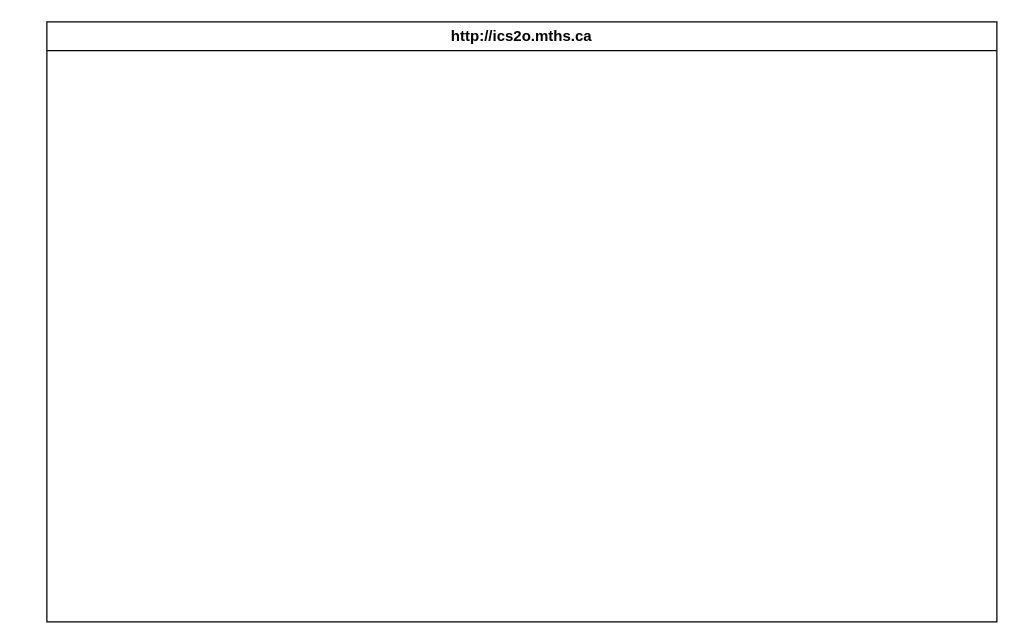
MTHS-ICD2O-1-2023/ICD2O-Unit-5-03-yoochan-han keeps this draw.io diagram as design/storyboard.drawio. Above is the earlier version. Source tidied: cells renumbered, new cells numbered last; positions are measured from the earlier drawing's top-left corner, leaving out a move shared by most shapes. Both pictures are drawn from the tidied source at 125%, with x=0, y=0 at pixel (46, 21).
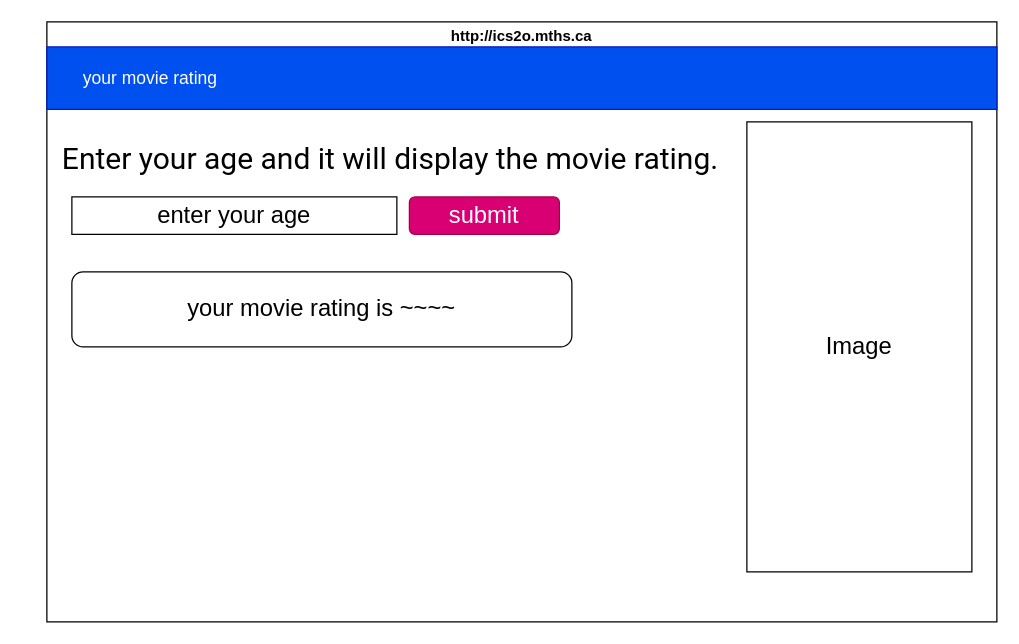
The same diagram, later.

Change to the diagram source:
```diff
@@
 <mxGraphModel>
   <root>
     <mxCell id="0" />
     <mxCell id="1" parent="0" />
     <mxCell id="2" value="http://ics2o.mths.ca" style="swimlane;whiteSpace=wrap;html=1;" parent="1" vertex="1">
       <mxGeometry width="760" height="480" as="geometry" />
     </mxCell>
+    <mxCell id="3" value="&lt;font style=&quot;font-size: 14px;&quot;&gt;&amp;nbsp; &amp;nbsp; &amp;nbsp; &amp;nbsp;your movie rating&lt;/font&gt;" style="rounded=0;whiteSpace=wrap;html=1;align=left;fillColor=#0050ef;fontColor=#ffffff;strokeColor=#001DBC;" parent="2" vertex="1">
+      <mxGeometry y="20" width="760" height="50" as="geometry" />
+    </mxCell>
+    <mxCell id="4" value="&lt;h4 style=&quot;padding: 0px; font-family: Roboto, Helvetica, Arial, sans-serif; font-weight: 400; font-size: 24px; line-height: 32px; margin: 24px 0px 16px; text-align: start;&quot;&gt;&lt;span style=&quot;&quot;&gt;Enter your age and it will display the movie rating.&lt;/span&gt;&lt;/h4&gt;" style="text;html=1;strokeColor=none;fillColor=none;align=center;verticalAlign=middle;whiteSpace=wrap;rounded=0;fontColor=#000000;labelBackgroundColor=none;labelBorderColor=none;" parent="2" vertex="1">
+      <mxGeometry x="-20" y="90" width="590" height="30" as="geometry" />
+    </mxCell>
+    <mxCell id="5" value="enter your age" style="rounded=0;whiteSpace=wrap;html=1;labelBackgroundColor=none;labelBorderColor=none;fontSize=19;fontColor=#000000;fillColor=none;" parent="2" vertex="1">
+      <mxGeometry x="20" y="140" width="260" height="30" as="geometry" />
+    </mxCell>
+    <mxCell id="6" value="submit" style="rounded=1;whiteSpace=wrap;html=1;labelBackgroundColor=none;labelBorderColor=none;fontSize=19;fontColor=#ffffff;fillColor=#d80073;strokeColor=#A50040;" parent="2" vertex="1">
+      <mxGeometry x="290" y="140" width="120" height="30" as="geometry" />
+    </mxCell>
+    <mxCell id="7" value="your movie rating is ~~~~" style="rounded=1;whiteSpace=wrap;html=1;labelBackgroundColor=none;labelBorderColor=none;fontSize=19;fontColor=#000000;fillColor=none;" parent="2" vertex="1">
+      <mxGeometry x="20" y="200" width="400" height="60" as="geometry" />
+    </mxCell>
+    <mxCell id="8" value="Image" style="rounded=0;whiteSpace=wrap;html=1;labelBackgroundColor=none;labelBorderColor=none;fontSize=19;fontColor=#000000;fillColor=default;" parent="2" vertex="1">
+      <mxGeometry x="560" y="80" width="180" height="360" as="geometry" />
+    </mxCell>
   </root>
 </mxGraphModel>
```
